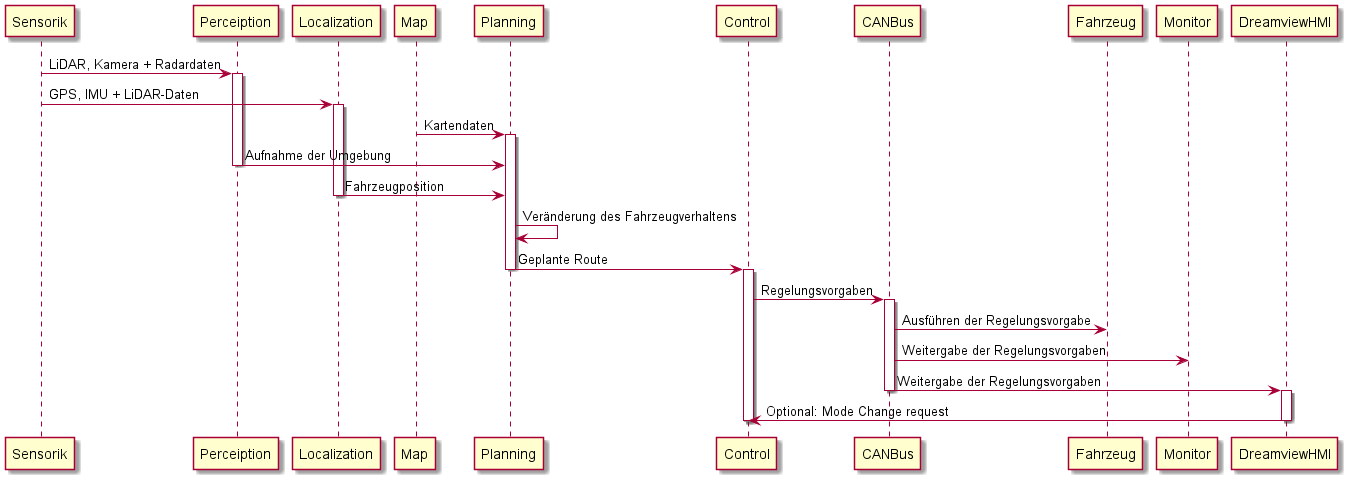
This is build/html5/images/Laufzeitdiagramm.png from Apollak11/arc42-asciidoc-apolloauto-SSIM, a PlantUML export, as it was before one commit.
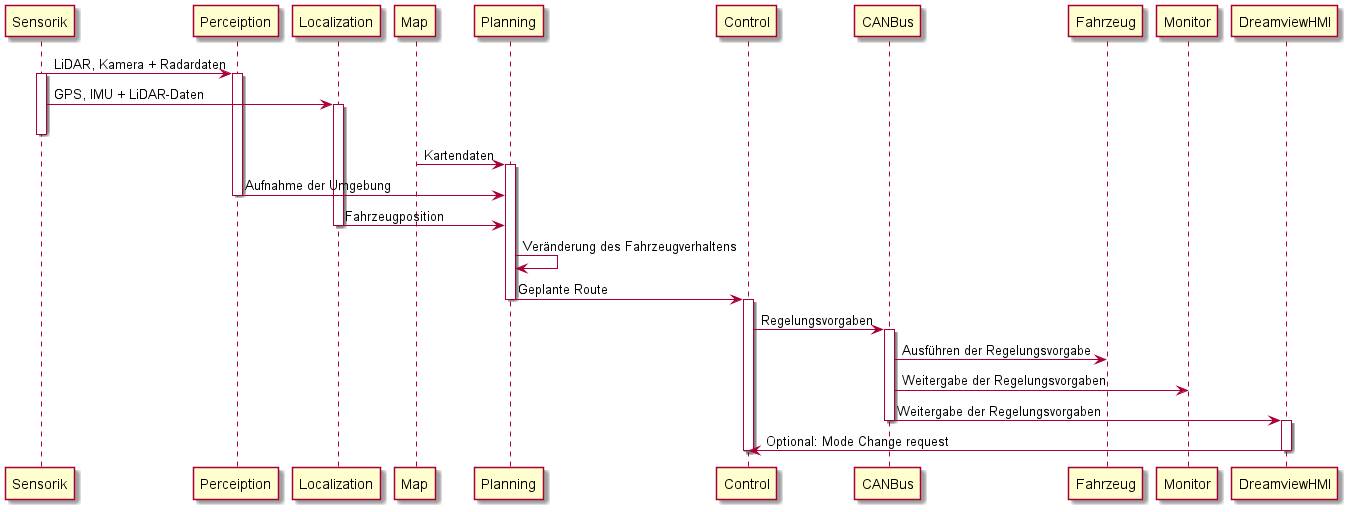
Later version of the same file.

What changed in the source:
```diff
@@ -3,9 +3,11 @@
 
 Sensorik -> Perceiption: LiDAR, Kamera + Radardaten
 activate Perceiption
+activate Sensorik
 
 Sensorik -> Localization: GPS, IMU + LiDAR-Daten
 activate Localization
+deactivate Sensorik
 
 Map -> Planning: Kartendaten
 activate Planning
```
